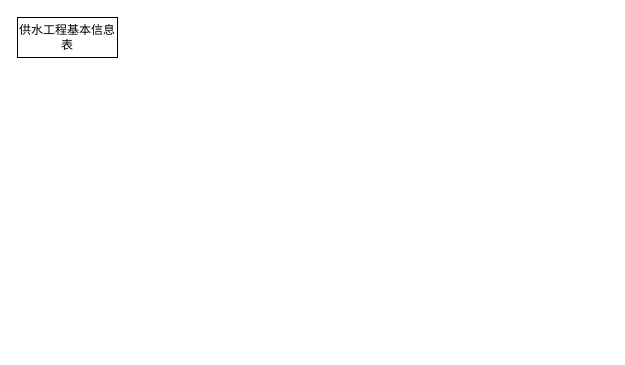
The draw.io diagram file/ncsler.drawio in DORcode/admin-demo, before the edit. Source tidied: cells renumbered, new cells numbered last; positions are measured from the earlier drawing's top-left corner, leaving out a move shared by most shapes. Both pictures are drawn from the tidied source at 100%, with x=0, y=0 at pixel (17, 17).
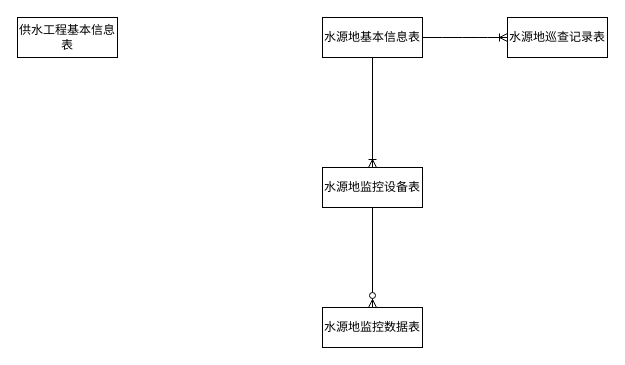
The same diagram, later.

The edit, as a diff of the source:
```diff
@@
 <mxGraphModel>
   <root>
     <mxCell id="0" />
     <mxCell id="1" parent="0" />
     <mxCell id="2" value="供水工程基本信息表" style="whiteSpace=wrap;html=1;align=center;" parent="1" vertex="1">
       <mxGeometry width="100" height="40" as="geometry" />
     </mxCell>
+    <mxCell id="3" value="水源地基本信息表" style="whiteSpace=wrap;html=1;align=center;" parent="1" vertex="1">
+      <mxGeometry x="305" width="100" height="40" as="geometry" />
+    </mxCell>
+    <mxCell id="4" value="水源地巡查记录表" style="whiteSpace=wrap;html=1;align=center;" parent="1" vertex="1">
+      <mxGeometry x="490" width="100" height="40" as="geometry" />
+    </mxCell>
+    <mxCell id="5" style="edgeStyle=entityRelationEdgeStyle;fontSize=12;html=1;endArrow=ERoneToMany;exitX=1;exitY=0.5;exitDx=0;exitDy=0;" parent="1" edge="1" source="3" target="4">
+      <mxGeometry relative="1" as="geometry" />
+    </mxCell>
+    <mxCell id="6" value="水源地监控设备表" style="whiteSpace=wrap;html=1;align=center;" parent="1" vertex="1">
+      <mxGeometry x="305" y="150" width="100" height="40" as="geometry" />
+    </mxCell>
+    <mxCell id="7" style="fontSize=12;html=1;endArrow=ERoneToMany;entryX=0.5;entryY=0;entryDx=0;entryDy=0;" parent="1" edge="1" source="3" target="6">
+      <mxGeometry relative="1" as="geometry" />
+    </mxCell>
+    <mxCell id="8" value="水源地监控数据表" style="whiteSpace=wrap;html=1;align=center;" parent="1" vertex="1">
+      <mxGeometry x="305" y="290" width="100" height="40" as="geometry" />
+    </mxCell>
+    <mxCell id="9" style="fontSize=12;html=1;endArrow=ERzeroToMany;endFill=1;exitX=0.5;exitY=1;exitDx=0;exitDy=0;entryX=0.5;entryY=0;entryDx=0;entryDy=0;" parent="1" edge="1" source="6" target="8">
+      <mxGeometry relative="1" as="geometry" />
+    </mxCell>
   </root>
 </mxGraphModel>
```
